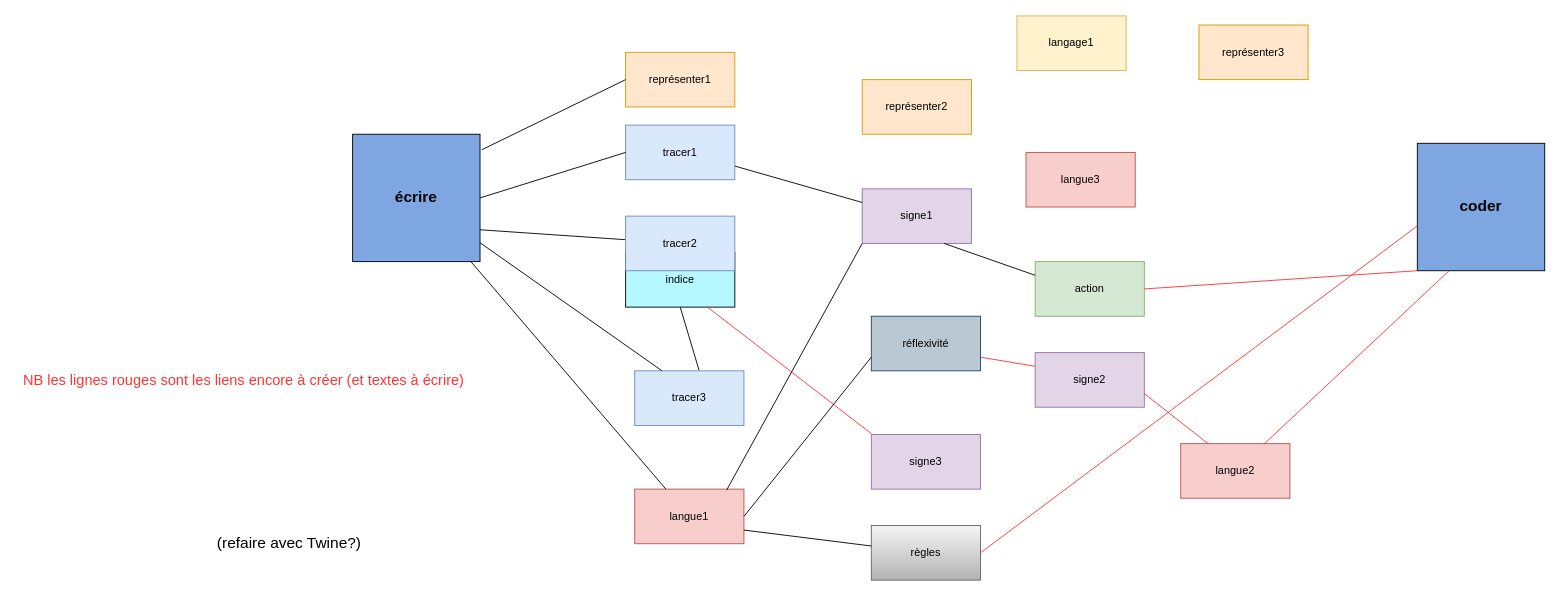
Before: carte hypertexte ecrirecoder.drawio in babelhead/EcrireCoder, a draw.io diagram. Source tidied: cells renumbered, new cells numbered last; positions are measured from the earlier drawing's top-left corner, leaving out a move shared by most shapes. Both pictures are drawn from the tidied source at 91%, with x=0, y=0 at pixel (15, 15).
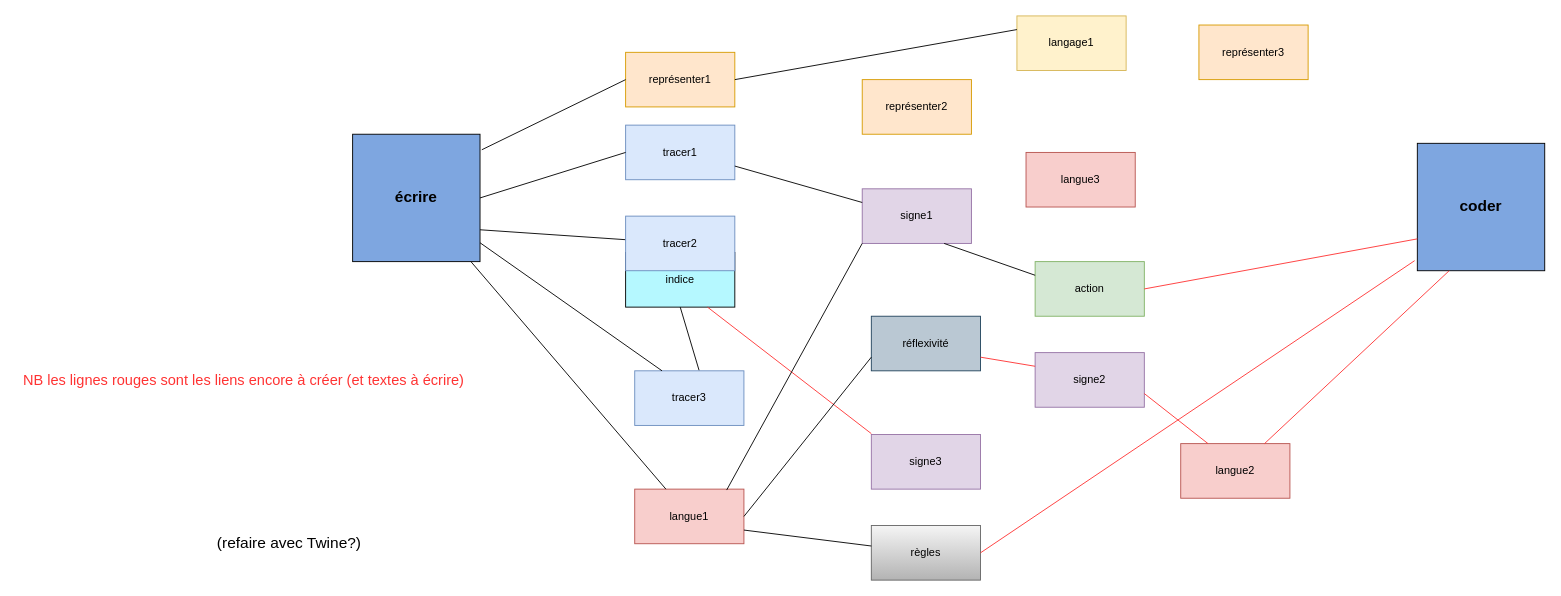
After the change.

The change refers to these unchanged cells:
```xml
<mxCell id="3" value="&lt;b&gt;&lt;font style=&quot;font-size: 17px&quot;&gt;coder&lt;/font&gt;&lt;/b&gt;" style="whiteSpace=wrap;html=1;fillColor=#7EA6E0;" parent="1" vertex="1">
  <mxGeometry x="1540" y="140" width="140" height="140" as="geometry" />
</mxCell>
<mxCell id="4" value="représenter1" style="rounded=0;whiteSpace=wrap;html=1;fillColor=#ffe6cc;strokeColor=#d79b00;" parent="1" vertex="1">
  <mxGeometry x="670" y="40" width="120" height="60" as="geometry" />
</mxCell>
<mxCell id="25" value="action" style="rounded=0;whiteSpace=wrap;html=1;fillColor=#d5e8d4;strokeColor=#82b366;" parent="1" vertex="1">
  <mxGeometry x="1120" y="270" width="120" height="60" as="geometry" />
</mxCell>
<mxCell id="29" value="langage1" style="rounded=0;whiteSpace=wrap;html=1;fillColor=#fff2cc;strokeColor=#d6b656;" parent="1" vertex="1">
  <mxGeometry x="1100" width="120" height="60" as="geometry" />
</mxCell>
<mxCell id="36" value="règles" style="rounded=0;whiteSpace=wrap;html=1;gradientColor=#b3b3b3;fillColor=#f5f5f5;strokeColor=#666666;" parent="1" vertex="1">
  <mxGeometry x="940" y="560" width="120" height="60" as="geometry" />
</mxCell>
```

Change to the diagram source:
```diff
@@
-    <mxCell id="28" style="endArrow=none;html=1;exitX=1;exitY=0.5;exitDx=0;exitDy=0;entryX=0;entryY=1;entryDx=0;entryDy=0;strokeColor=#FF3333;" parent="1" edge="1" source="25" target="3">
+    <mxCell id="28" style="endArrow=none;html=1;exitX=1;exitY=0.5;exitDx=0;exitDy=0;entryX=0;entryY=0.75;entryDx=0;entryDy=0;strokeColor=#FF3333;" parent="1" edge="1" source="25" target="3">
       <mxGeometry relative="1" as="geometry" />
     </mxCell>
@@
-    <mxCell id="38" style="endArrow=none;html=1;strokeColor=#FF3333;entryX=0;entryY=0.648;entryDx=0;entryDy=0;entryPerimeter=0;exitX=1;exitY=0.5;exitDx=0;exitDy=0;" parent="1" edge="1" source="36" target="3">
+    <mxCell id="38" style="endArrow=none;html=1;strokeColor=#FF3333;entryX=-0.021;entryY=0.921;entryDx=0;entryDy=0;entryPerimeter=0;exitX=1;exitY=0.5;exitDx=0;exitDy=0;" parent="1" edge="1" source="36" target="3">
       <mxGeometry relative="1" as="geometry" />
     </mxCell>
@@
+    <mxCell id="40" style="endArrow=none;html=1;exitX=1;exitY=0.5;exitDx=0;exitDy=0;entryX=0;entryY=0.25;entryDx=0;entryDy=0;" parent="1" edge="1" source="4" target="29">
+      <mxGeometry relative="1" as="geometry" />
+    </mxCell>
```
